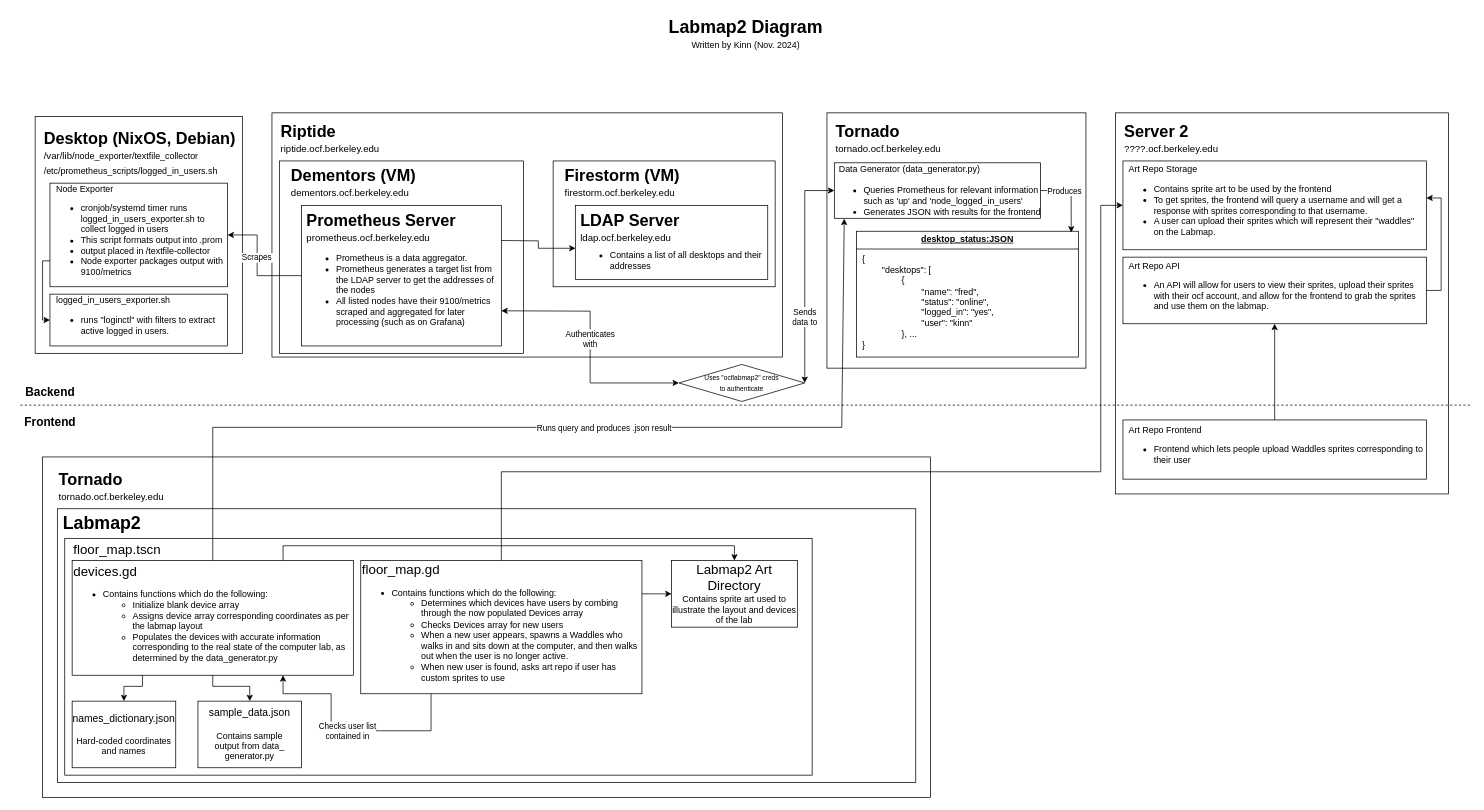
Before: labmap2_diagram.drawio in ocf/labmap2, a draw.io diagram. Source tidied: cells renumbered, new cells numbered last; positions are measured from the earlier drawing's top-left corner, leaving out a move shared by most shapes. Both pictures are drawn from the tidied source at 74%, with x=0, y=0 at pixel (13, 13).
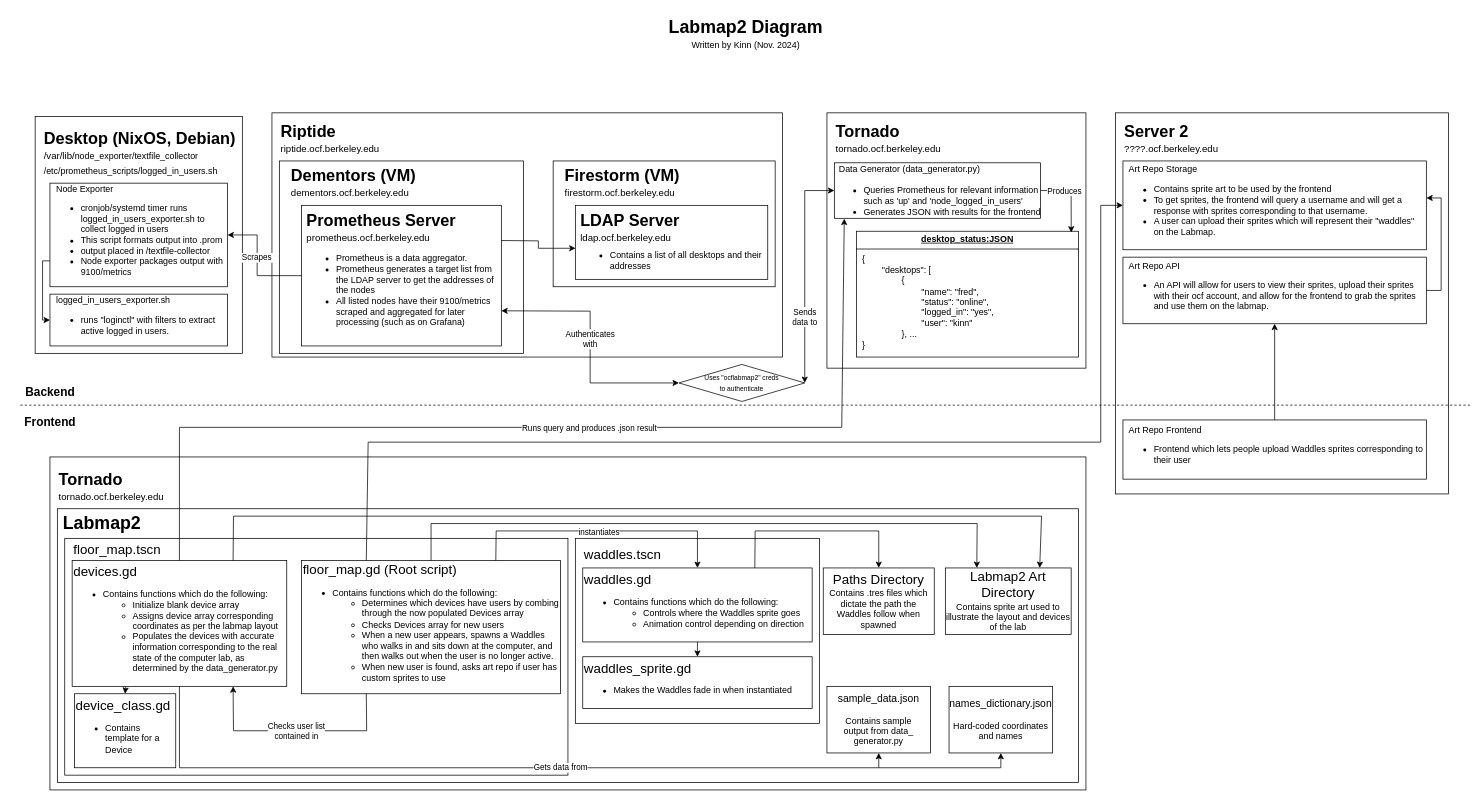
After the change.

Unchanged cells that the change refers to:
```xml
<mxCell id="26" value="&lt;div style=&quot;font-size: 24px; font-weight: 700; text-align: left; text-wrap: nowrap;&quot;&gt;&lt;span style=&quot;font-size: 12px; font-weight: 400;&quot;&gt;&amp;nbsp; Data Generator (data_generator.py)&lt;/span&gt;&lt;/div&gt;&lt;ul style=&quot;font-weight: 700; text-align: left; text-wrap: nowrap;&quot;&gt;&lt;li&gt;&lt;span style=&quot;font-weight: 400;&quot;&gt;Queries Prometheus for relevant information&lt;br&gt;such as 'up' and 'node_logged_in_users'&lt;/span&gt;&lt;/li&gt;&lt;li&gt;&lt;span style=&quot;font-weight: 400;&quot;&gt;Generates JSON with results for the frontend&lt;/span&gt;&lt;/li&gt;&lt;/ul&gt;" style="rounded=0;whiteSpace=wrap;html=1;" parent="1" vertex="1">
  <mxGeometry x="1110" y="202.5" width="278.6" height="75" as="geometry" />
</mxCell>
<mxCell id="41" value="&amp;nbsp; Art Repo Storage&lt;div&gt;&lt;ul&gt;&lt;li&gt;Contains sprite art to be used by the frontend&lt;/li&gt;&lt;li&gt;To get sprites, the frontend will query a username and will get a&lt;br&gt;response with sprites corresponding to that username.&lt;/li&gt;&lt;li&gt;A user can upload their sprites which will represent their &quot;waddles&quot;&lt;br&gt;on the Labmap.&lt;/li&gt;&lt;/ul&gt;&lt;/div&gt;" style="rounded=0;whiteSpace=wrap;html=1;align=left;" parent="1" vertex="1">
  <mxGeometry x="1500" y="200" width="410" height="120" as="geometry" />
</mxCell>
```

Diff of the diagram source:
```diff
@@
     <mxCell id="44" style="rounded=0;whiteSpace=wrap;html=1;" parent="1" vertex="1">
-      <mxGeometry x="40" y="600" width="1200" height="460" as="geometry" />
+      <mxGeometry x="50" y="600" width="1400" height="450" as="geometry" />
     </mxCell>
@@
     <mxCell id="47" style="rounded=0;whiteSpace=wrap;html=1;align=left;" parent="1" vertex="1">
-      <mxGeometry x="60" y="670" width="1160" height="370" as="geometry" />
+      <mxGeometry x="60" y="670" width="1380" height="370" as="geometry" />
     </mxCell>
@@
     <mxCell id="58" style="rounded=0;whiteSpace=wrap;html=1;" parent="1" vertex="1">
-      <mxGeometry x="70" y="710" width="1010" height="320" as="geometry" />
+      <mxGeometry x="70" y="710" width="680" height="320" as="geometry" />
     </mxCell>
     <mxCell id="59" value="&lt;font style=&quot;font-size: 18px;&quot;&gt;devices.gd&lt;/font&gt;&lt;div&gt;&lt;ul&gt;&lt;li&gt;&lt;font style=&quot;font-size: 12px;&quot;&gt;Contains functions which do the following:&lt;/font&gt;&lt;/li&gt;&lt;ul&gt;&lt;li&gt;Initialize blank device array&lt;/li&gt;&lt;li&gt;Assigns device array corresponding coordinates as per the labmap layout&lt;/li&gt;&lt;li&gt;Populates the devices with accurate information corresponding to the real state of the computer lab, as determined by the data_generator.py&lt;/li&gt;&lt;/ul&gt;&lt;/ul&gt;&lt;/div&gt;" style="rounded=0;whiteSpace=wrap;html=1;align=left;" parent="1" vertex="1">
-      <mxGeometry x="80" y="740" width="380" height="155" as="geometry" />
+      <mxGeometry x="80" y="740" width="290" height="170" as="geometry" />
     </mxCell>
     <mxCell id="60" value="&lt;font style=&quot;font-size: 14px;&quot;&gt;names_dictionary.json&lt;/font&gt;&lt;div&gt;&lt;span style=&quot;text-align: left; background-color: initial;&quot;&gt;&lt;br&gt;&lt;/span&gt;&lt;/div&gt;&lt;div&gt;&lt;span style=&quot;text-align: left; background-color: initial;&quot;&gt;Hard-coded coordinates and names&lt;/span&gt;&lt;/div&gt;" style="rounded=0;whiteSpace=wrap;html=1;" parent="1" vertex="1">
-      <mxGeometry x="80" y="930" width="140" height="90" as="geometry" />
+      <mxGeometry x="1265" y="910" width="140" height="90" as="geometry" />
     </mxCell>
     <mxCell id="61" value="&lt;font style=&quot;font-size: 14px;&quot;&gt;sample_data.json&lt;/font&gt;&lt;div&gt;&lt;br&gt;&lt;/div&gt;&lt;div&gt;&lt;font style=&quot;font-size: 12px;&quot;&gt;Contains sample&lt;/font&gt;&lt;/div&gt;&lt;div&gt;&lt;font style=&quot;font-size: 12px;&quot;&gt;output from data_&lt;/font&gt;&lt;/div&gt;&lt;div&gt;&lt;font style=&quot;font-size: 12px;&quot;&gt;generator.py&lt;/font&gt;&lt;/div&gt;" style="rounded=0;whiteSpace=wrap;html=1;" parent="1" vertex="1">
-      <mxGeometry x="250" y="930" width="140" height="90" as="geometry" />
+      <mxGeometry x="1100" y="910" width="140" height="90" as="geometry" />
     </mxCell>
-    <mxCell id="62" style="endArrow=classic;html=1;rounded=0;exitX=0.25;exitY=1;exitDx=0;exitDy=0;entryX=0.5;entryY=0;entryDx=0;entryDy=0;" parent="1" edge="1" source="59" target="60">
-      <mxGeometry relative="1" as="geometry">
-        <Array as="points">
-          <mxPoint x="175" y="910" />
-          <mxPoint x="150" y="910" />
-        </Array>
-      </mxGeometry>
-    </mxCell>
-    <mxCell id="63" style="endArrow=classic;html=1;rounded=0;entryX=0.5;entryY=0;entryDx=0;entryDy=0;exitX=0.5;exitY=1;exitDx=0;exitDy=0;" parent="1" edge="1" source="59" target="61">
-      <mxGeometry relative="1" as="geometry">
-        <Array as="points">
-          <mxPoint x="270" y="910" />
-          <mxPoint x="320" y="910" />
-        </Array>
-      </mxGeometry>
-    </mxCell>
-    <mxCell id="64" value="&lt;font style=&quot;font-size: 18px;&quot;&gt;floor_map.gd&lt;/font&gt;&lt;div&gt;&lt;ul&gt;&lt;li&gt;&lt;font style=&quot;font-size: 12px;&quot;&gt;Contains functions which do the following:&lt;/font&gt;&lt;/li&gt;&lt;ul&gt;&lt;li&gt;Determines which devices have users by combing through the now populated Devices array&lt;/li&gt;&lt;li&gt;Checks Devices array for new users&lt;/li&gt;&lt;li&gt;When a new user appears, spawns a Waddles who walks in and sits down at the computer, and then walks out when the user is no longer active.&lt;/li&gt;&lt;li&gt;&lt;span style=&quot;background-color: initial;&quot;&gt;When new user is found, asks art repo if user has custom sprites to use&lt;/span&gt;&lt;br&gt;&lt;/li&gt;&lt;/ul&gt;&lt;/ul&gt;&lt;/div&gt;" style="rounded=0;whiteSpace=wrap;html=1;align=left;" parent="1" vertex="1">
-      <mxGeometry x="470" y="740" width="380" height="180" as="geometry" />
+    <mxCell id="64" value="&lt;font style=&quot;font-size: 18px;&quot;&gt;floor_map.gd (Root script)&lt;/font&gt;&lt;div&gt;&lt;ul&gt;&lt;li&gt;&lt;font style=&quot;font-size: 12px;&quot;&gt;Contains functions which do the following:&lt;/font&gt;&lt;/li&gt;&lt;ul&gt;&lt;li&gt;Determines which devices have users by combing through the now populated Devices array&lt;/li&gt;&lt;li&gt;Checks Devices array for new users&lt;/li&gt;&lt;li&gt;When a new user appears, spawns a Waddles who walks in and sits down at the computer, and then walks out when the user is no longer active.&lt;/li&gt;&lt;li&gt;&lt;span style=&quot;background-color: initial;&quot;&gt;When new user is found, asks art repo if user has custom sprites to use&lt;/span&gt;&lt;br&gt;&lt;/li&gt;&lt;/ul&gt;&lt;/ul&gt;&lt;/div&gt;" style="rounded=0;whiteSpace=wrap;html=1;align=left;" parent="1" vertex="1">
+      <mxGeometry x="390" y="740" width="350" height="180" as="geometry" />
     </mxCell>
     <mxCell id="65" value="&lt;font style=&quot;font-size: 18px;&quot;&gt;Labmap2 Art Directory&lt;/font&gt;&lt;div&gt;&lt;font style=&quot;font-size: 12px;&quot;&gt;Contains sprite art used to illustrate the layout and devices of the lab&lt;/font&gt;&lt;/div&gt;" style="rounded=0;whiteSpace=wrap;html=1;" parent="1" vertex="1">
-      <mxGeometry x="890" y="740" width="170" height="90" as="geometry" />
+      <mxGeometry x="1260" y="750" width="170" height="90" as="geometry" />
     </mxCell>
@@
-    <mxCell id="67" style="endArrow=classic;html=1;rounded=0;exitX=0.75;exitY=0;exitDx=0;exitDy=0;entryX=0.5;entryY=0;entryDx=0;entryDy=0;" parent="1" edge="1" source="59" target="65">
+    <mxCell id="67" style="endArrow=classic;html=1;rounded=0;exitX=0.75;exitY=0;exitDx=0;exitDy=0;entryX=0.75;entryY=0;entryDx=0;entryDy=0;" parent="1" edge="1" source="59" target="65">
       <mxGeometry relative="1" as="geometry">
         <Array as="points">
-          <mxPoint x="365" y="720" />
-          <mxPoint x="975" y="720" />
+          <mxPoint x="298" y="680" />
+          <mxPoint x="1390" y="680" />
         </Array>
       </mxGeometry>
     </mxCell>
-    <mxCell id="68" style="endArrow=classic;html=1;rounded=0;entryX=0;entryY=0.5;entryDx=0;entryDy=0;exitX=1;exitY=0.25;exitDx=0;exitDy=0;" parent="1" edge="1" source="64" target="65">
+    <mxCell id="68" style="endArrow=classic;html=1;rounded=0;entryX=0.25;entryY=0;entryDx=0;entryDy=0;exitX=0.5;exitY=0;exitDx=0;exitDy=0;" parent="1" edge="1" source="64" target="65">
       <mxGeometry relative="1" as="geometry">
         <Array as="points">
-          <mxPoint x="870" y="785" />
+          <mxPoint x="565" y="690" />
+          <mxPoint x="1303" y="690" />
         </Array>
       </mxGeometry>
     </mxCell>
     <mxCell id="69" style="endArrow=classic;html=1;rounded=0;entryX=0.048;entryY=1.007;entryDx=0;entryDy=0;exitX=0.5;exitY=0;exitDx=0;exitDy=0;entryPerimeter=0;" parent="1" edge="1" source="59" target="26">
       <mxGeometry relative="1" as="geometry">
         <Array as="points">
-          <mxPoint x="270" y="560" />
+          <mxPoint x="225" y="560" />
           <mxPoint x="1120" y="560" />
         </Array>
       </mxGeometry>
     </mxCell>
@@
     <mxCell id="73" style="endArrow=classic;html=1;rounded=0;entryX=0.75;entryY=1;entryDx=0;entryDy=0;exitX=0.25;exitY=1;exitDx=0;exitDy=0;" parent="1" edge="1" source="64" target="59">
       <mxGeometry relative="1" as="geometry">
         <Array as="points">
-          <mxPoint x="565" y="970" />
-          <mxPoint x="430" y="970" />
-          <mxPoint x="430" y="920" />
-          <mxPoint x="365" y="920" />
+          <mxPoint x="478" y="970" />
+          <mxPoint x="298" y="970" />
         </Array>
       </mxGeometry>
     </mxCell>
@@
-    <mxCell id="75" style="endArrow=classic;html=1;rounded=0;exitX=0.5;exitY=0;exitDx=0;exitDy=0;entryX=0;entryY=0.5;entryDx=0;entryDy=0;" parent="1" edge="1" source="64" target="41">
+    <mxCell id="75" style="endArrow=classic;html=1;rounded=0;exitX=0.25;exitY=0;exitDx=0;exitDy=0;entryX=0;entryY=0.5;entryDx=0;entryDy=0;" parent="1" edge="1" source="64" target="41">
       <mxGeometry relative="1" as="geometry">
         <Array as="points">
-          <mxPoint x="660" y="620" />
-          <mxPoint x="1470" y="620" />
+          <mxPoint x="480" y="580" />
+          <mxPoint x="1470" y="580" />
           <mxPoint x="1470" y="260" />
         </Array>
       </mxGeometry>
     </mxCell>
+    <mxCell id="76" value="&lt;font style=&quot;font-size: 18px;&quot;&gt;device_class.gd&lt;/font&gt;&lt;div&gt;&lt;ul&gt;&lt;li&gt;Contains template for a Device&lt;/li&gt;&lt;/ul&gt;&lt;/div&gt;" style="rounded=0;whiteSpace=wrap;html=1;align=left;" parent="1" vertex="1">
+      <mxGeometry x="83" y="920" width="137" height="100" as="geometry" />
+    </mxCell>
+    <mxCell id="77" style="endArrow=classic;html=1;rounded=0;entryX=0.5;entryY=0;entryDx=0;entryDy=0;exitX=0.25;exitY=1;exitDx=0;exitDy=0;" parent="1" edge="1" source="59" target="76">
+      <mxGeometry relative="1" as="geometry" />
+    </mxCell>
+    <mxCell id="78" style="rounded=0;whiteSpace=wrap;html=1;" parent="1" vertex="1">
+      <mxGeometry x="760" y="710" width="330" height="250" as="geometry" />
+    </mxCell>
+    <mxCell id="79" value="&lt;font style=&quot;font-size: 18px;&quot;&gt;waddles.gd&lt;/font&gt;&lt;div&gt;&lt;ul&gt;&lt;li&gt;&lt;font style=&quot;font-size: 12px;&quot;&gt;Contains functions which do the following:&lt;/font&gt;&lt;/li&gt;&lt;ul&gt;&lt;li&gt;Controls where the Waddles sprite goes&lt;/li&gt;&lt;li&gt;Animation control depending on direction&lt;/li&gt;&lt;/ul&gt;&lt;/ul&gt;&lt;/div&gt;" style="rounded=0;whiteSpace=wrap;html=1;align=left;" parent="1" vertex="1">
+      <mxGeometry x="770" y="750" width="310" height="100" as="geometry" />
+    </mxCell>
+    <mxCell id="80" style="edgeStyle=orthogonalEdgeStyle;rounded=0;orthogonalLoop=1;jettySize=auto;html=1;exitX=0.5;exitY=1;exitDx=0;exitDy=0;" parent="1" edge="1" source="79" target="79">
+      <mxGeometry relative="1" as="geometry" />
+    </mxCell>
+    <mxCell id="81" value="&lt;font style=&quot;font-size: 18px;&quot;&gt;waddles_sprite.gd&lt;/font&gt;&lt;div&gt;&lt;ul&gt;&lt;li&gt;Makes the Waddles fade in when instantiated&lt;/li&gt;&lt;/ul&gt;&lt;/div&gt;" style="rounded=0;whiteSpace=wrap;html=1;align=left;" parent="1" vertex="1">
+      <mxGeometry x="770" y="870" width="310" height="70" as="geometry" />
+    </mxCell>
+    <mxCell id="82" value="&lt;font style=&quot;font-size: 18px;&quot;&gt;Paths Directory&lt;/font&gt;&lt;div&gt;&lt;font style=&quot;font-size: 12px;&quot;&gt;Contains .tres files which dictate the path the Waddles follow when spawned&lt;/font&gt;&lt;/div&gt;" style="rounded=0;whiteSpace=wrap;html=1;" parent="1" vertex="1">
+      <mxGeometry x="1095" y="750" width="150" height="90" as="geometry" />
+    </mxCell>
+    <mxCell id="83" style="endArrow=classic;html=1;rounded=0;entryX=0.5;entryY=0;entryDx=0;entryDy=0;exitX=0.75;exitY=0;exitDx=0;exitDy=0;" parent="1" edge="1" source="79" target="82">
+      <mxGeometry relative="1" as="geometry">
+        <Array as="points">
+          <mxPoint x="1003" y="700" />
+          <mxPoint x="1170" y="700" />
+        </Array>
+      </mxGeometry>
+    </mxCell>
+    <mxCell id="84" style="endArrow=classic;html=1;rounded=0;exitX=0.75;exitY=0;exitDx=0;exitDy=0;entryX=0.5;entryY=0;entryDx=0;entryDy=0;" parent="1" edge="1" source="64" target="79">
+      <mxGeometry relative="1" as="geometry">
+        <Array as="points">
+          <mxPoint x="653" y="700" />
+          <mxPoint x="925" y="700" />
+        </Array>
+      </mxGeometry>
+    </mxCell>
+    <mxCell id="85" value="instantiates" style="edgeLabel;html=1;align=center;verticalAlign=middle;" parent="84" vertex="1">
+      <mxGeometry x="-0.01" y="-1" relative="1" as="geometry" />
+    </mxCell>
+    <mxCell id="86" style="endArrow=classic;html=1;rounded=0;exitX=0.5;exitY=1;exitDx=0;exitDy=0;entryX=0.5;entryY=0;entryDx=0;entryDy=0;" parent="1" edge="1" source="79" target="81">
+      <mxGeometry relative="1" as="geometry" />
+    </mxCell>
+    <mxCell id="63" style="endArrow=classic;html=1;rounded=0;exitX=0.5;exitY=1;exitDx=0;exitDy=0;entryX=0.5;entryY=1;entryDx=0;entryDy=0;" parent="1" edge="1" source="59" target="61">
+      <mxGeometry relative="1" as="geometry">
+        <Array as="points">
+          <mxPoint x="225" y="1020" />
+          <mxPoint x="1170" y="1020" />
+        </Array>
+      </mxGeometry>
+    </mxCell>
+    <mxCell id="87" value="Gets data from" style="edgeLabel;html=1;align=center;verticalAlign=middle;" parent="63" vertex="1">
+      <mxGeometry x="0.16" y="1" relative="1" as="geometry" />
+    </mxCell>
+    <mxCell id="88" style="endArrow=classic;html=1;rounded=0;entryX=0.5;entryY=1;entryDx=0;entryDy=0;" parent="1" edge="1" target="60">
+      <mxGeometry relative="1" as="geometry">
+        <mxPoint x="1170" y="1020" as="sourcePoint" />
+        <Array as="points">
+          <mxPoint x="1335" y="1020" />
+        </Array>
+      </mxGeometry>
+    </mxCell>
+    <mxCell id="89" value="&lt;span style=&quot;font-weight: normal;&quot;&gt;&lt;font style=&quot;font-size: 18px;&quot;&gt;waddles.tscn&lt;/font&gt;&lt;/span&gt;" style="text;strokeColor=none;fillColor=none;html=1;fontSize=24;fontStyle=1;verticalAlign=middle;align=left;" parent="1" vertex="1">
+      <mxGeometry x="770" y="710" width="100" height="40" as="geometry" />
+    </mxCell>
```
